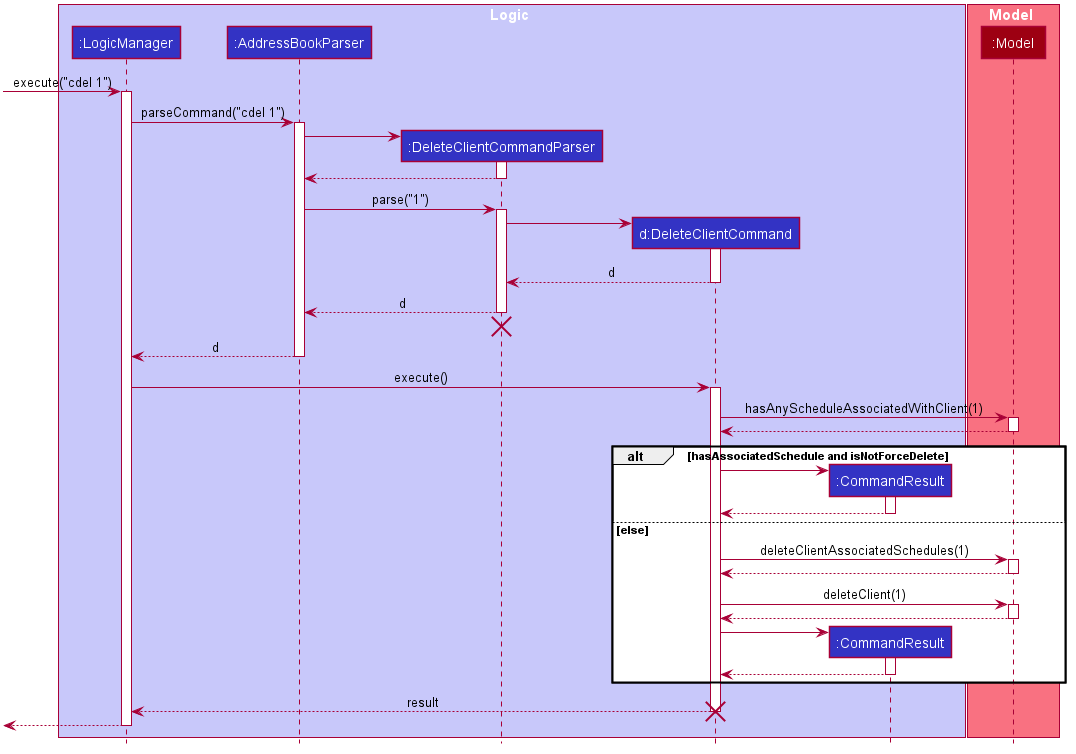
The PlantUML diagram docs/images/DeleteClientSequenceDiagram.png in tanweijie123/tp, before a commit. Source of this version:
```plantuml
@startuml








skinparam BackgroundColor #FFFFFFF

skinparam Shadowing false

skinparam Class {
    FontColor #FFFFFF
    BorderThickness 1
    BorderColor #FFFFFF
    StereotypeFontColor #FFFFFF
    FontName Arial
}

skinparam Actor {
    BorderColor #000000
    Color #000000
    FontName Arial
}

skinparam Sequence {
    MessageAlign center
    BoxFontSize 15
    BoxPadding 0
    BoxFontColor #FFFFFF
    FontName Arial
}

skinparam Participant {
    FontColor #FFFFFFF
    Padding 20
}

skinparam MinClassWidth 50
skinparam ParticipantPadding 10
skinparam Shadowing false
skinparam DefaultTextAlignment center
skinparam packageStyle Rectangle

hide footbox
hide members
hide circle

box Logic #C8C8FA
participant ":LogicManager" as LogicManager #3333C4
participant ":AddressBookParser" as AddressBookParser #3333C4
participant ":DeleteClientCommandParser" as DeleteClientCommandParser #3333C4
participant "d:DeleteClientCommand" as DeleteClientCommand #3333C4
participant ":CommandResult" as CommandResult #3333C4
end box

box Model #F97181
participant ":Model" as Model #9D0012
end box

[-> LogicManager : execute("cdel 1")
activate LogicManager

LogicManager -> AddressBookParser : parseCommand("cdel 1")
activate AddressBookParser

create DeleteClientCommandParser
AddressBookParser -> DeleteClientCommandParser
activate DeleteClientCommandParser

DeleteClientCommandParser --> AddressBookParser
deactivate DeleteClientCommandParser

AddressBookParser -> DeleteClientCommandParser : parse("1")
activate DeleteClientCommandParser

create DeleteClientCommand
DeleteClientCommandParser -> DeleteClientCommand
activate DeleteClientCommand

DeleteClientCommand --> DeleteClientCommandParser : d
deactivate DeleteClientCommand

DeleteClientCommandParser --> AddressBookParser : d
deactivate DeleteClientCommandParser
DeleteClientCommandParser -[hidden]-> AddressBookParser
destroy DeleteClientCommandParser

AddressBookParser --> LogicManager : d
deactivate AddressBookParser

LogicManager -> DeleteClientCommand : execute()
activate DeleteClientCommand

DeleteClientCommand -> Model : hasAnyScheduleAssociatedWithClient(1)
activate Model

Model --> DeleteClientCommand
deactivate Model

alt hasAssociatedSchedule and isNotForceDelete

        create CommandResult
        DeleteClientCommand -> CommandResult
        activate CommandResult

        CommandResult --> DeleteClientCommand
        deactivate CommandResult

else else
    DeleteClientCommand -> Model : deleteClientAssociatedSchedules(1)
    activate Model

    Model --> DeleteClientCommand
    deactivate Model

    DeleteClientCommand -> Model : deleteClient(1)
    activate Model

    Model --> DeleteClientCommand
    deactivate Model

    create CommandResult
    DeleteClientCommand -> CommandResult
    activate CommandResult

    CommandResult --> DeleteClientCommand
    deactivate CommandResult

    end

DeleteClientCommand --> LogicManager : result
deactivate DeleteClientCommand
destroy DeleteClientCommand

[<--LogicManager
deactivate LogicManager
@enduml
```
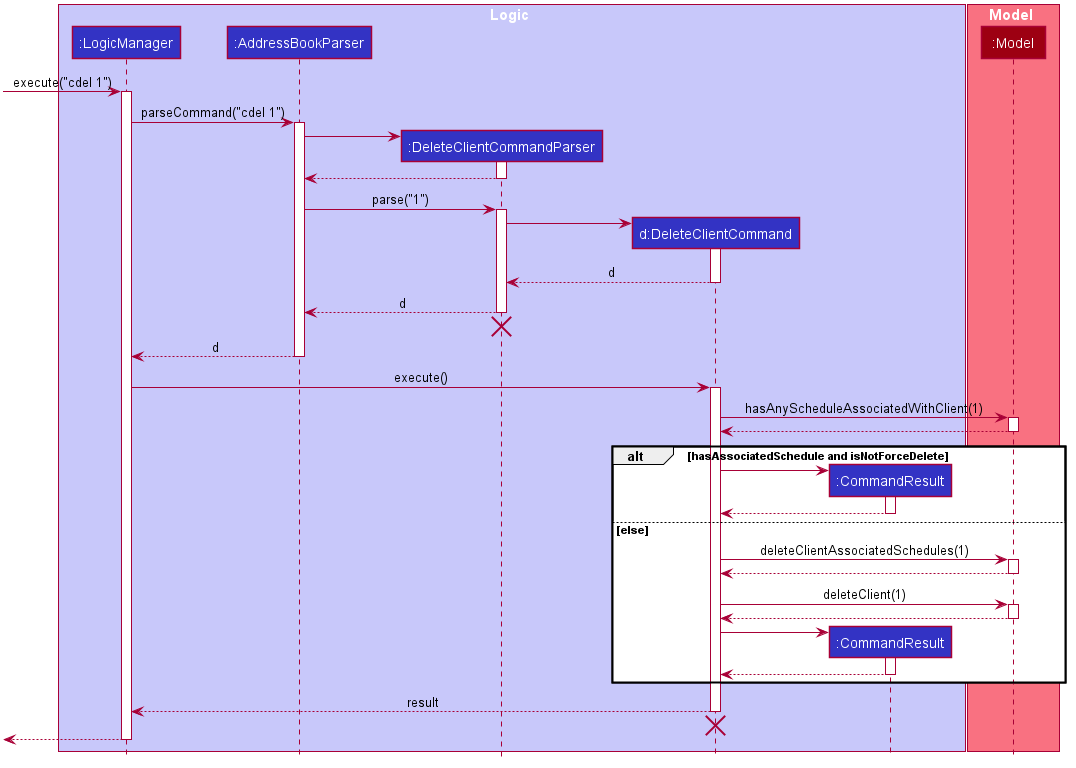
The same diagram one commit later.

The edit, as a diff of the source:
```diff
@@ -133,6 +133,7 @@
 
 DeleteClientCommand --> LogicManager : result
 deactivate DeleteClientCommand
+DeleteClientCommandParser -[hidden]-> AddressBookParser
 destroy DeleteClientCommand
 
 [<--LogicManager
```
